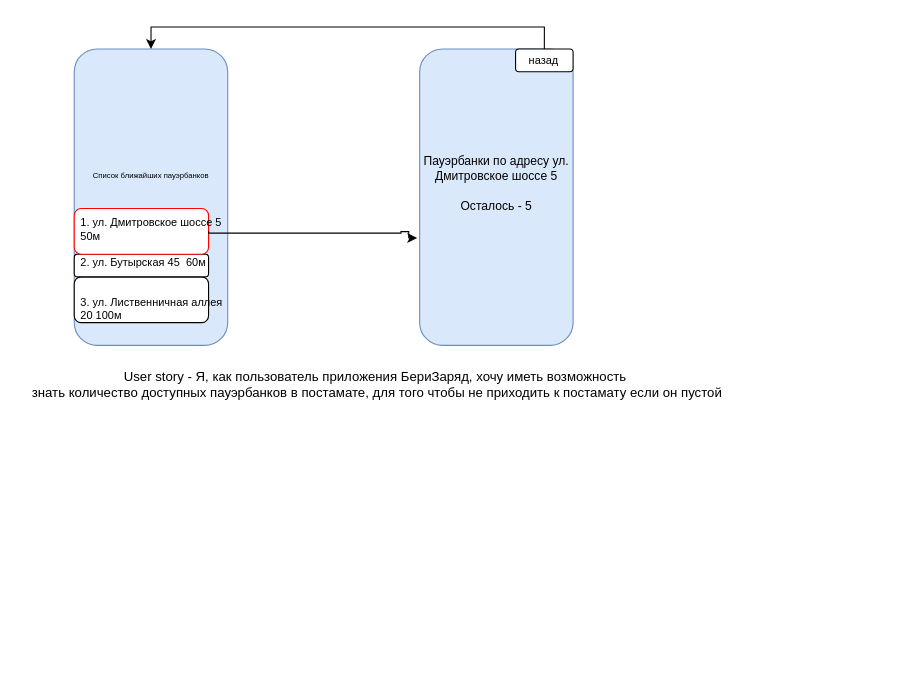
Above: Latyshev_Alexandr/wireframe_V_2.drawio in abdullahproff/BSA21_1 (draw.io), before the change. Source tidied: cells renumbered, new cells numbered last; positions are measured from the earlier drawing's top-left corner, leaving out a move shared by most shapes. Both pictures are drawn from the tidied source at 110%, with x=0, y=0 at pixel (19, 48).
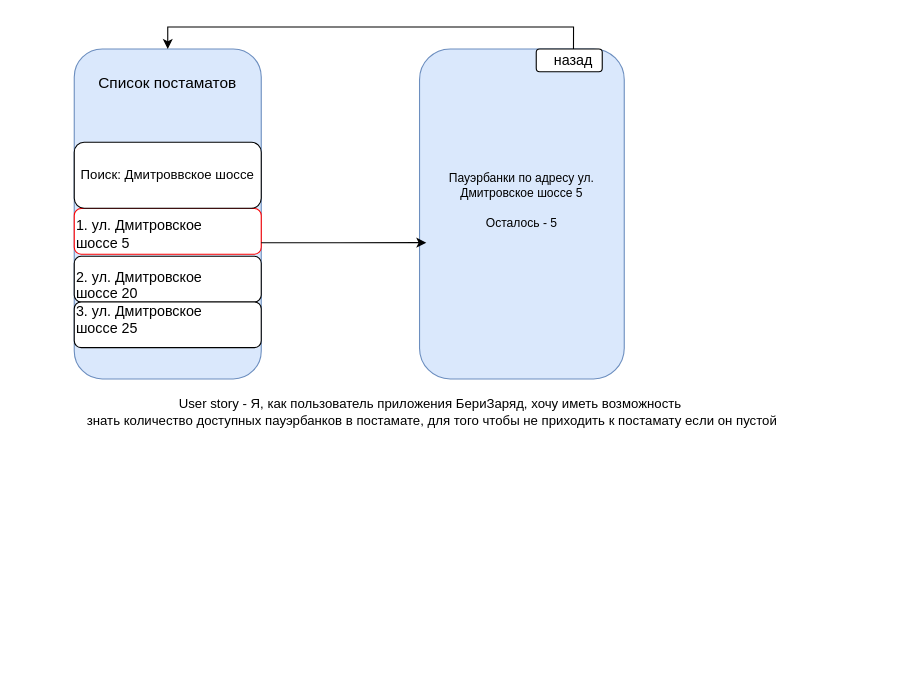
The same page after the edit.

Unchanged cells that the change refers to:
```xml
<mxCell id="2" style="group;" parent="1" vertex="1">
  <mxGeometry x="50" width="750" height="570" as="geometry" />
</mxCell>
```

Diff of the diagram source:
```diff
@@
     <mxCell id="3" style="rounded=1;whiteSpace=wrap;html=1;fillColor=#dae8fc;strokeColor=#6c8ebf;" parent="2" vertex="1">
-      <mxGeometry width="139.5" height="269.5" as="geometry" />
+      <mxGeometry width="170" height="300" as="geometry" />
     </mxCell>
+    <mxCell id="16" style="rounded=1;whiteSpace=wrap;html=1;" parent="2" vertex="1">
+      <mxGeometry y="188.5" width="170" height="41.5" as="geometry" />
+    </mxCell>
     <mxCell id="4" style="rounded=1;whiteSpace=wrap;html=1;" parent="2" vertex="1">
-      <mxGeometry y="207.3" width="122.1" height="41.5" as="geometry" />
+      <mxGeometry y="230" width="170" height="41.5" as="geometry" />
     </mxCell>
-    <mxCell id="5" style="rounded=1;whiteSpace=wrap;html=1;" parent="2" vertex="1">
-      <mxGeometry y="186.5" width="122.1" height="20.7" as="geometry" />
-    </mxCell>
     <mxCell id="6" style="rounded=1;whiteSpace=wrap;html=1;strokeColor=#FF0000;" parent="2" vertex="1">
-      <mxGeometry y="145.1" width="122.1" height="41.5" as="geometry" />
+      <mxGeometry y="145.1" width="170" height="41.5" as="geometry" />
     </mxCell>
-    <mxCell id="7" style="edgeStyle=orthogonalEdgeStyle;rounded=0;jettySize=auto;html=1;entryX=-0.016;entryY=0.638;entryDx=0;entryDy=0;entryPerimeter=0;" parent="2" edge="1" target="8">
-      <mxGeometry relative="1" as="geometry">
-        <mxPoint x="122.1" y="165.8" as="sourcePoint" />
-        <Array as="points">
-          <mxPoint x="122.6" y="167.4" />
-          <mxPoint x="297" y="167.4" />
-          <mxPoint x="297" y="166.1" />
-          <mxPoint x="304.1" y="166.1" />
-          <mxPoint x="304.1" y="172.2" />
-        </Array>
-      </mxGeometry>
-    </mxCell>
     <mxCell id="8" value="&lt;div style=&quot;font-size: 11px;&quot;&gt;&lt;font style=&quot;font-size: 11px;&quot;&gt;&lt;br&gt;&lt;/font&gt;&lt;/div&gt;&lt;font style=&quot;font-size: 11px;&quot;&gt;Пауэрбанки по адресу ул. Дмитровское шоссе 5&lt;/font&gt;&lt;div style=&quot;font-size: 11px;&quot;&gt;&lt;font style=&quot;font-size: 11px;&quot;&gt;&lt;span style=&quot;background-color: initial;&quot;&gt;&lt;br&gt;&lt;/span&gt;&lt;/font&gt;&lt;/div&gt;&lt;div style=&quot;font-size: 11px;&quot;&gt;&lt;font style=&quot;font-size: 11px;&quot;&gt;&lt;span style=&quot;background-color: initial;&quot;&gt;Осталось - 5&lt;/span&gt;&lt;br&gt;&lt;/font&gt;&lt;/div&gt;&lt;div style=&quot;font-size: 11px;&quot;&gt;&lt;font style=&quot;font-size: 11px;&quot;&gt;&lt;br&gt;&lt;/font&gt;&lt;/div&gt;&lt;div style=&quot;font-size: 11px;&quot;&gt;&lt;font style=&quot;font-size: 11px;&quot;&gt;&lt;br&gt;&lt;/font&gt;&lt;/div&gt;&lt;div style=&quot;font-size: 11px;&quot;&gt;&lt;font style=&quot;font-size: 11px;&quot;&gt;&lt;br&gt;&lt;/font&gt;&lt;/div&gt;" style="rounded=1;whiteSpace=wrap;html=1;fillColor=#dae8fc;strokeColor=#6c8ebf;" parent="2" vertex="1">
-      <mxGeometry x="314" width="139.5" height="269.5" as="geometry" />
+      <mxGeometry x="313.9" width="186.1" height="300" as="geometry" />
     </mxCell>
-    <mxCell id="9" value="&lt;font style=&quot;font-size: 7px;&quot;&gt;Список ближайших пауэрбанков&lt;/font&gt;" style="text;html=1;align=center;verticalAlign=middle;whiteSpace=wrap;rounded=0;" parent="2" vertex="1">
-      <mxGeometry y="82.9" width="139.5" height="62.2" as="geometry" />
+    <mxCell id="9" value="&lt;font style=&quot;font-size: 14px;&quot;&gt;Список постаматов&lt;/font&gt;" style="text;html=1;align=center;verticalAlign=middle;whiteSpace=wrap;rounded=0;" parent="2" vertex="1">
+      <mxGeometry x="15.2" width="139.5" height="62.2" as="geometry" />
     </mxCell>
-    <mxCell id="10" value="&lt;div style=&quot;font-size: 10px;&quot;&gt;&lt;font style=&quot;font-size: 10px;&quot;&gt;&lt;br&gt;&lt;/font&gt;&lt;/div&gt;&lt;div style=&quot;font-size: 10px;&quot;&gt;&lt;font style=&quot;font-size: 10px;&quot;&gt;&lt;br&gt;&lt;/font&gt;&lt;/div&gt;&lt;font style=&quot;font-size: 10px;&quot;&gt;1. ул. Дмитровское шоссе 5&lt;/font&gt;&lt;div style=&quot;font-size: 10px;&quot;&gt;&lt;font style=&quot;font-size: 10px;&quot;&gt;50м&lt;/font&gt;&lt;/div&gt;&lt;div style=&quot;font-size: 10px;&quot;&gt;&lt;font style=&quot;font-size: 10px;&quot;&gt;&lt;br&gt;&lt;/font&gt;&lt;/div&gt;&lt;div style=&quot;font-size: 10px;&quot;&gt;&lt;div style=&quot;&quot;&gt;&lt;font style=&quot;font-size: 10px;&quot;&gt;2. ул. Бутырская 45&amp;nbsp; 60м&lt;/font&gt;&lt;/div&gt;&lt;div style=&quot;&quot;&gt;&lt;font style=&quot;font-size: 10px;&quot;&gt;&lt;br&gt;&lt;/font&gt;&lt;/div&gt;&lt;div style=&quot;&quot;&gt;&lt;br&gt;&lt;/div&gt;&lt;div style=&quot;&quot;&gt;&lt;font style=&quot;font-size: 10px;&quot;&gt;3. ул. Лиственничная аллея 20 100м&lt;/font&gt;&lt;/div&gt;&lt;/div&gt;" style="text;html=1;align=left;verticalAlign=middle;whiteSpace=wrap;rounded=0;" parent="2" vertex="1">
-      <mxGeometry x="4.4" y="165.8" width="139.5" height="41.5" as="geometry" />
+    <mxCell id="10" value="&lt;div style=&quot;font-size: 13px;&quot;&gt;&lt;font style=&quot;font-size: 13px;&quot;&gt;&lt;br&gt;&lt;/font&gt;&lt;/div&gt;&lt;div style=&quot;font-size: 13px;&quot;&gt;&lt;font style=&quot;font-size: 13px;&quot;&gt;&lt;br&gt;&lt;/font&gt;&lt;/div&gt;&lt;font style=&quot;font-size: 13px;&quot;&gt;&lt;div&gt;&lt;font style=&quot;font-size: 13px;&quot;&gt;&lt;br&gt;&lt;/font&gt;&lt;/div&gt;&lt;div&gt;&lt;font style=&quot;font-size: 13px;&quot;&gt;&lt;br&gt;&lt;/font&gt;&lt;/div&gt;1. ул. Дмитровское шоссе 5&lt;/font&gt;&lt;div&gt;&lt;span style=&quot;font-size: 13px;&quot;&gt;&lt;br&gt;&lt;/span&gt;&lt;div&gt;&lt;div style=&quot;font-size: 13px;&quot;&gt;&lt;div style=&quot;&quot;&gt;&lt;font style=&quot;font-size: 13px;&quot;&gt;2. ул. Дмитровское шоссе 20&amp;nbsp;&lt;/font&gt;&lt;/div&gt;&lt;div style=&quot;&quot;&gt;&lt;font style=&quot;font-size: 13px;&quot;&gt;3. ул. Дмитровское шоссе 25&lt;/font&gt;&lt;/div&gt;&lt;/div&gt;&lt;/div&gt;&lt;/div&gt;" style="text;html=1;align=left;verticalAlign=middle;whiteSpace=wrap;rounded=0;" parent="2" vertex="1">
+      <mxGeometry y="155" width="139.5" height="41.5" as="geometry" />
     </mxCell>
     <mxCell id="11" style="rounded=1;whiteSpace=wrap;html=1;" parent="2" vertex="1">
-      <mxGeometry x="401.2" width="52.3" height="20.7" as="geometry" />
+      <mxGeometry x="420" width="60" height="20.7" as="geometry" />
     </mxCell>
@@
-    <mxCell id="13" value="&lt;font style=&quot;font-size: 10px;&quot;&gt;назад&lt;/font&gt;" style="text;html=1;align=center;verticalAlign=middle;whiteSpace=wrap;rounded=0;" parent="2" vertex="1">
-      <mxGeometry x="401.2" width="52.3" height="20.7" as="geometry" />
+    <mxCell id="13" value="&lt;font style=&quot;font-size: 13px;&quot;&gt;назад&lt;/font&gt;" style="text;html=1;align=center;verticalAlign=middle;whiteSpace=wrap;rounded=0;strokeWidth=2;" parent="2" vertex="1">
+      <mxGeometry x="427.7" width="52.3" height="20.7" as="geometry" />
     </mxCell>
@@
-    <mxCell id="15" value="User story -&amp;nbsp;Я, как пользователь приложения БериЗаряд, хочу иметь возможность&amp;nbsp;&lt;div&gt;знать количество доступных пауэрбанков в постамате, для того чтобы не приходить к постамату если он пустой&lt;/div&gt;" style="text;html=1;align=center;verticalAlign=middle;strokeColor=none;fillColor=none;" parent="1" vertex="1">
-      <mxGeometry y="285" width="650" height="40" as="geometry" />
+    <mxCell id="15" value="User story -&amp;nbsp;Я, как пользователь приложения БериЗаряд, хочу иметь возможность&amp;nbsp;&lt;div&gt;знать количество доступных пауэрбанков в постамате, для того чтобы не приходить к постамату если он пустой&lt;/div&gt;" style="text;html=1;align=center;verticalAlign=middle;strokeColor=none;fillColor=none;" parent="2" vertex="1">
+      <mxGeometry y="310" width="650" height="40" as="geometry" />
     </mxCell>
+    <mxCell id="17" style="edgeStyle=orthogonalEdgeStyle;rounded=0;jettySize=auto;html=1;exitX=1;exitY=0.75;exitDx=0;exitDy=0;entryX=0.033;entryY=0.587;entryDx=0;entryDy=0;entryPerimeter=0;" parent="2" edge="1" source="6" target="8">
+      <mxGeometry relative="1" as="geometry" />
+    </mxCell>
+    <mxCell id="18" value="Поиск: Дмитроввское шоссе" style="rounded=1;whiteSpace=wrap;html=1;" parent="2" vertex="1">
+      <mxGeometry y="84.8" width="170" height="60" as="geometry" />
+    </mxCell>
```
